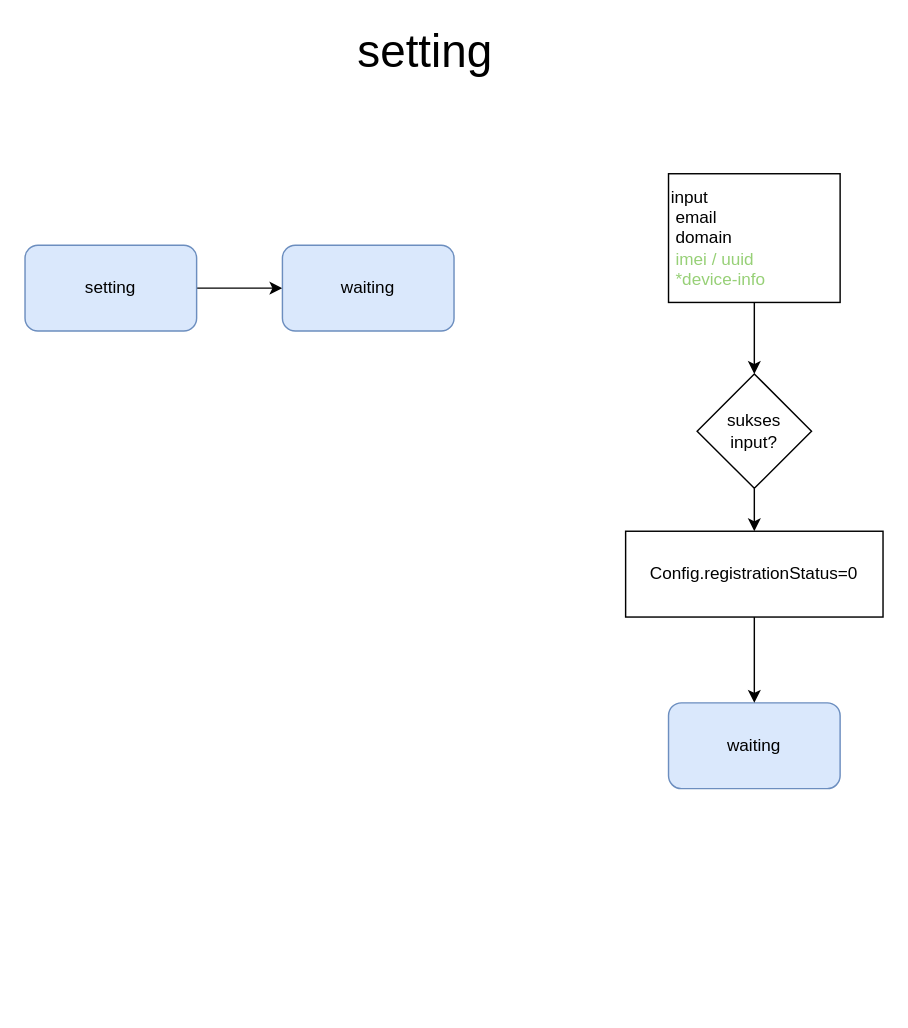
ahmadbasarudin/test123 keeps this draw.io diagram as page "setting" (2 of 4) of Untitled Diagram.drawio. Above is the earlier version. Source tidied: cells renumbered, new cells numbered last; positions are measured from the earlier drawing's top-left corner, leaving out a move shared by most shapes. Both pictures are drawn from the tidied source at 143%, with x=0, y=0 at pixel (24, 30).
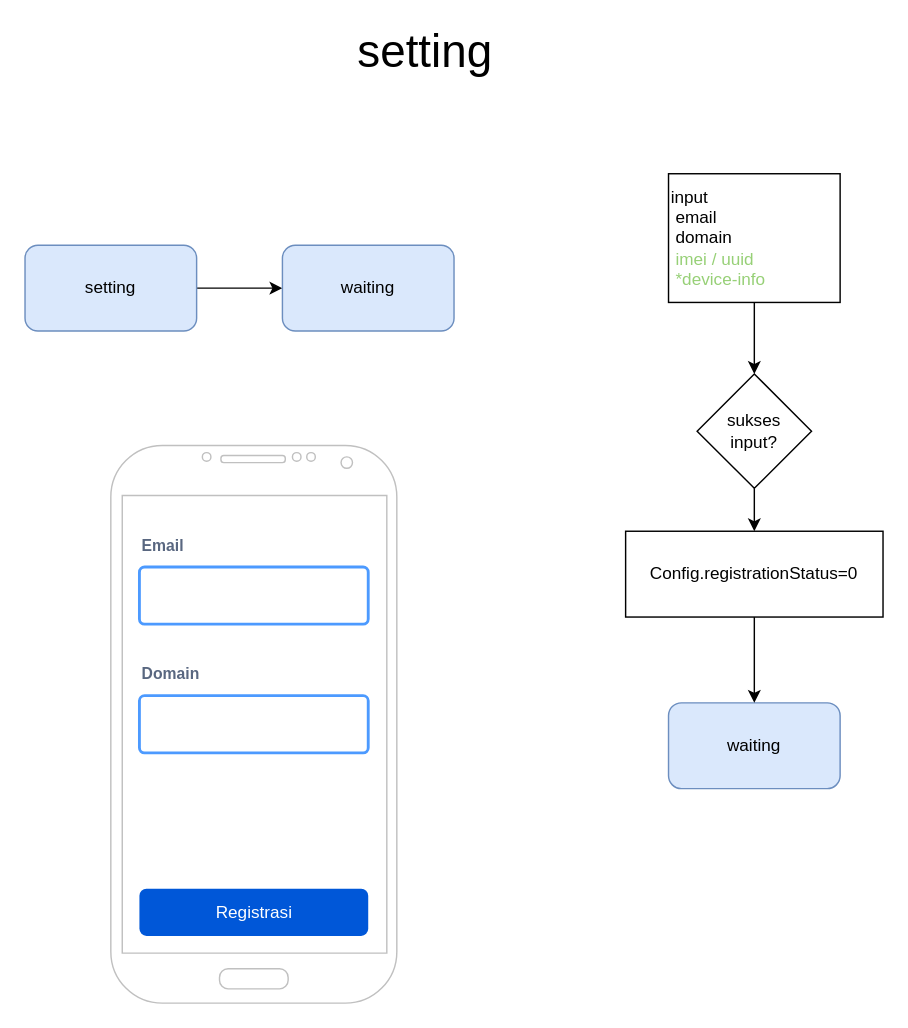
The same page after the edit.

What changed in the source:
```diff
@@
 <mxGraphModel>
   <root>
     <mxCell id="0" />
     <mxCell id="1" parent="0" />
     <mxCell id="2" style="edgeStyle=orthogonalEdgeStyle;rounded=0;jettySize=auto;html=1;exitX=0.5;exitY=1;exitDx=0;exitDy=0;entryX=0.5;entryY=0;entryDx=0;entryDy=0;" parent="1" edge="1" source="3" target="5">
       <mxGeometry relative="1" as="geometry" />
     </mxCell>
     <mxCell id="3" value="input&lt;br&gt;&lt;div&gt;&lt;div style=&quot;text-align: justify&quot;&gt;&lt;span style=&quot;white-space: pre&quot;&gt; &lt;/span&gt;email&lt;/div&gt;&lt;div style=&quot;text-align: center&quot;&gt;&lt;div style=&quot;text-align: justify&quot;&gt;&lt;span style=&quot;white-space: pre&quot;&gt; &lt;/span&gt;domain&lt;/div&gt;&lt;div style=&quot;text-align: justify&quot;&gt;&lt;font color=&quot;#97d077&quot;&gt;&lt;span style=&quot;white-space: pre&quot;&gt; imei / uuid&lt;/span&gt;&lt;br&gt;&lt;/font&gt;&lt;/div&gt;&lt;div style=&quot;text-align: justify&quot;&gt;&lt;span style=&quot;white-space: pre&quot;&gt;&lt;span style=&quot;white-space: pre&quot;&gt;&lt;font color=&quot;#97d077&quot;&gt; *device-info&lt;/font&gt;&lt;/span&gt;&lt;br&gt;&lt;/span&gt;&lt;/div&gt;&lt;/div&gt;&lt;/div&gt;" style="rounded=0;whiteSpace=wrap;html=1;align=left;" parent="1" vertex="1">
       <mxGeometry x="450" y="100" width="120" height="90" as="geometry" />
     </mxCell>
     <mxCell id="4" style="edgeStyle=orthogonalEdgeStyle;rounded=0;jettySize=auto;html=1;exitX=0.5;exitY=1;exitDx=0;exitDy=0;entryX=0.5;entryY=0;entryDx=0;entryDy=0;" parent="1" edge="1" source="5" target="8">
       <mxGeometry relative="1" as="geometry" />
     </mxCell>
     <mxCell id="5" value="sukses &lt;br&gt;input?" style="rhombus;whiteSpace=wrap;html=1;align=center;" parent="1" vertex="1">
       <mxGeometry x="470" y="240" width="80" height="80" as="geometry" />
     </mxCell>
     <mxCell id="6" value="waiting" style="rounded=1;whiteSpace=wrap;html=1;align=center;fillColor=#dae8fc;strokeColor=#6c8ebf;" parent="1" vertex="1">
       <mxGeometry x="450" y="470" width="120" height="60" as="geometry" />
     </mxCell>
     <mxCell id="7" style="edgeStyle=orthogonalEdgeStyle;rounded=0;jettySize=auto;html=1;exitX=0.5;exitY=1;exitDx=0;exitDy=0;entryX=0.5;entryY=0;entryDx=0;entryDy=0;" parent="1" edge="1" source="8" target="6">
       <mxGeometry relative="1" as="geometry" />
     </mxCell>
     <mxCell id="8" value="Config.registrationStatus=0" style="rounded=0;whiteSpace=wrap;html=1;align=center;" parent="1" vertex="1">
       <mxGeometry x="420" y="350" width="180" height="60" as="geometry" />
     </mxCell>
     <mxCell id="9" value="setting" style="text;html=1;strokeColor=none;fillColor=none;align=center;verticalAlign=middle;whiteSpace=wrap;rounded=0;fontColor=#000000;fontSize=32;" parent="1" vertex="1">
       <mxGeometry x="250" width="60" height="30" as="geometry" />
     </mxCell>
     <mxCell id="10" style="edgeStyle=orthogonalEdgeStyle;rounded=0;jettySize=auto;html=1;exitX=1;exitY=0.5;exitDx=0;exitDy=0;fontSize=32;fontColor=#000000;" parent="1" edge="1" source="11" target="12">
       <mxGeometry relative="1" as="geometry" />
     </mxCell>
     <mxCell id="11" value="setting" style="rounded=1;whiteSpace=wrap;html=1;fillColor=#dae8fc;strokeColor=#6c8ebf;" parent="1" vertex="1">
       <mxGeometry y="150" width="120" height="60" as="geometry" />
     </mxCell>
     <mxCell id="12" value="waiting" style="rounded=1;whiteSpace=wrap;html=1;fillColor=#dae8fc;strokeColor=#6c8ebf;" parent="1" vertex="1">
       <mxGeometry x="180" y="150" width="120" height="60" as="geometry" />
     </mxCell>
+    <mxCell id="13" style="verticalLabelPosition=bottom;verticalAlign=top;html=1;shadow=0;dashed=0;strokeWidth=1;shape=mxgraph.android.phone2;strokeColor=#c0c0c0;" parent="1" vertex="1">
+      <mxGeometry x="60" y="290" width="200" height="390" as="geometry" />
+    </mxCell>
+    <mxCell id="14" value="Email" style="fillColor=none;strokeColor=none;html=1;fontSize=11;fontStyle=0;align=left;fontColor=#596780;fontStyle=1;fontSize=11;" parent="1" vertex="1">
+      <mxGeometry x="80" y="350" width="240" height="20" as="geometry" />
+    </mxCell>
+    <mxCell id="15" style="rounded=1;arcSize=9;align=left;spacingLeft=5;strokeColor=#4C9AFF;html=1;strokeWidth=2;fontSize=12;" parent="1" vertex="1">
+      <mxGeometry x="80" y="375" width="160" height="40" as="geometry" />
+    </mxCell>
+    <mxCell id="16" value="Domain" style="fillColor=none;strokeColor=none;html=1;fontSize=11;fontStyle=0;align=left;fontColor=#596780;fontStyle=1;fontSize=11;" parent="1" vertex="1">
+      <mxGeometry x="80" y="440" width="240" height="20" as="geometry" />
+    </mxCell>
+    <mxCell id="17" style="rounded=1;arcSize=9;align=left;spacingLeft=5;strokeColor=#4C9AFF;html=1;strokeWidth=2;fontSize=12;" parent="1" vertex="1">
+      <mxGeometry x="80" y="465" width="160" height="40" as="geometry" />
+    </mxCell>
+    <mxCell id="18" value="Registrasi" style="rounded=1;fillColor=#0057D8;strokeColor=none;html=1;fontColor=#ffffff;align=center;verticalAlign=middle;fontStyle=0;fontSize=12;sketch=0;" parent="1" vertex="1">
+      <mxGeometry x="80" y="600" width="160" height="33" as="geometry" />
+    </mxCell>
   </root>
 </mxGraphModel>
```
